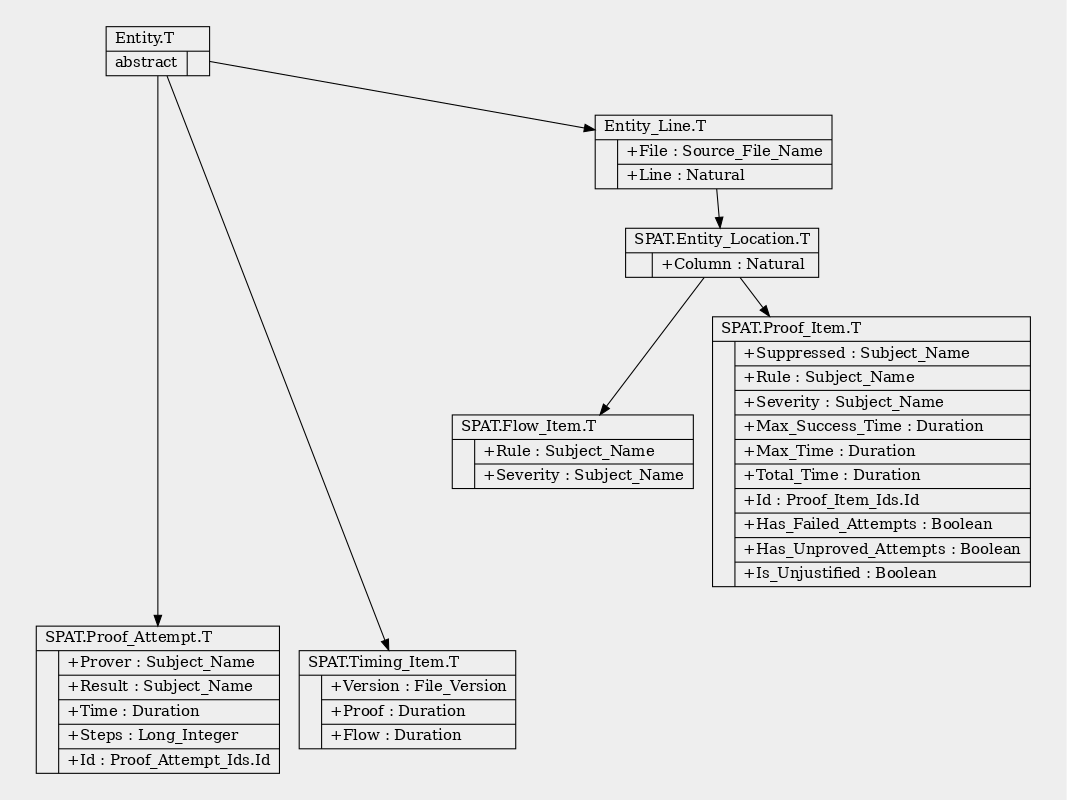
This is doc/inheritance-tree.png from HeisenbugLtd/spat, a Graphviz export, as it was before one commit. Its source is kept beside it as doc/inheritance-tree.dot.
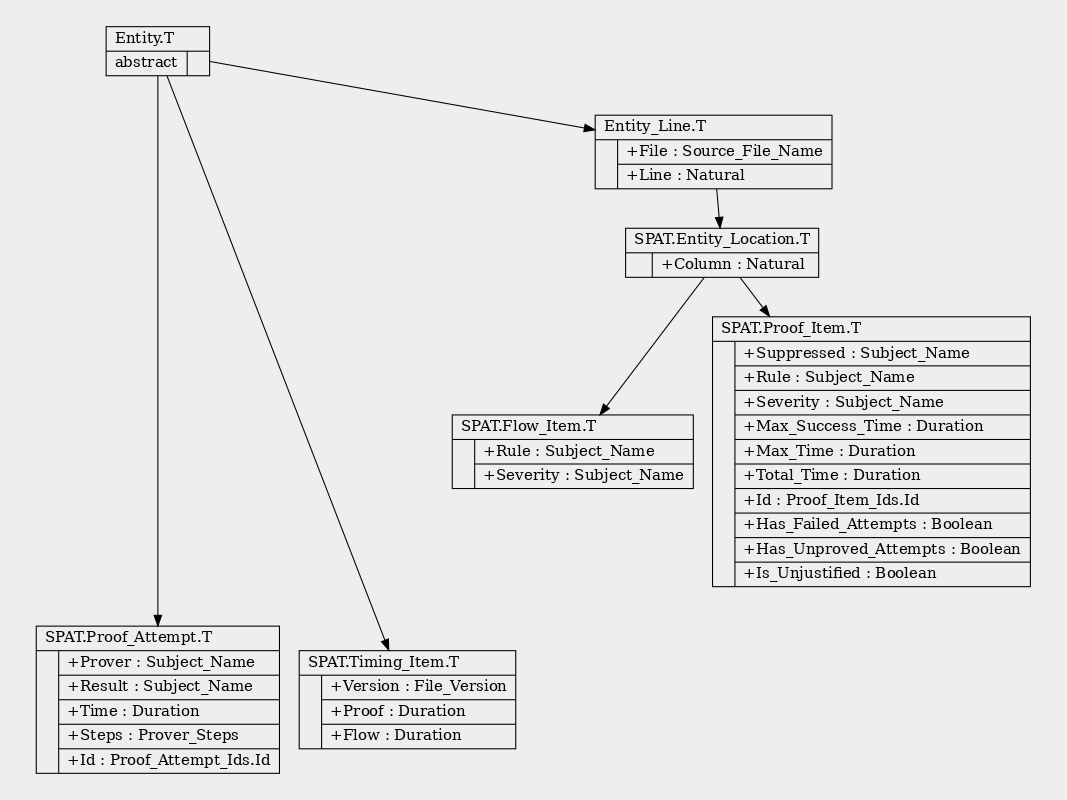
The same diagram one commit later.

Commit message:
Fixed type in Steps component in inheritance tree.

Diff of the diagram source:
```diff
@@ -11,7 +11,7 @@
   "SPAT.Entity_Location.T" [label="{SPAT.Entity_Location.T\l|{|{+Column : Natural\l}}}"];
   "SPAT.Flow_Item.T"       [label="{SPAT.Flow_Item.T\l|{|{+Rule : Subject_Name\l|+Severity : Subject_Name\l}}}"];
   "SPAT.Proof_Item.T"      [label="{SPAT.Proof_Item.T\l|{|{+Suppressed : Subject_Name\l|+Rule : Subject_Name\l|+Severity : Subject_Name\l|+Max_Success_Time : Duration\l|+Max_Time : Duration\l|+Total_Time : Duration\l|+Id : Proof_Item_Ids.Id\l|+Has_Failed_Attempts : Boolean\l|+Has_Unproved_Attempts : Boolean\l|+Is_Unjustified : Boolean\l}}}"];
-  "SPAT.Proof_Attempt.T"   [label="{SPAT.Proof_Attempt.T\l|{|{+Prover : Subject_Name\l|+Result : Subject_Name\l|+Time : Duration\l|+Steps : Long_Integer\l|+Id : Proof_Attempt_Ids.Id}}}"];
+  "SPAT.Proof_Attempt.T"   [label="{SPAT.Proof_Attempt.T\l|{|{+Prover : Subject_Name\l|+Result : Subject_Name\l|+Time : Duration\l|+Steps : Prover_Steps\l|+Id : Proof_Attempt_Ids.Id}}}"];
   "SPAT.Timing_Item.T"     [label="{SPAT.Timing_Item.T\l|{|{+Version : File_Version\l|+Proof : Duration\l|+Flow : Duration\l}}}"];
 
   "dummy" [style="invis"];
```
